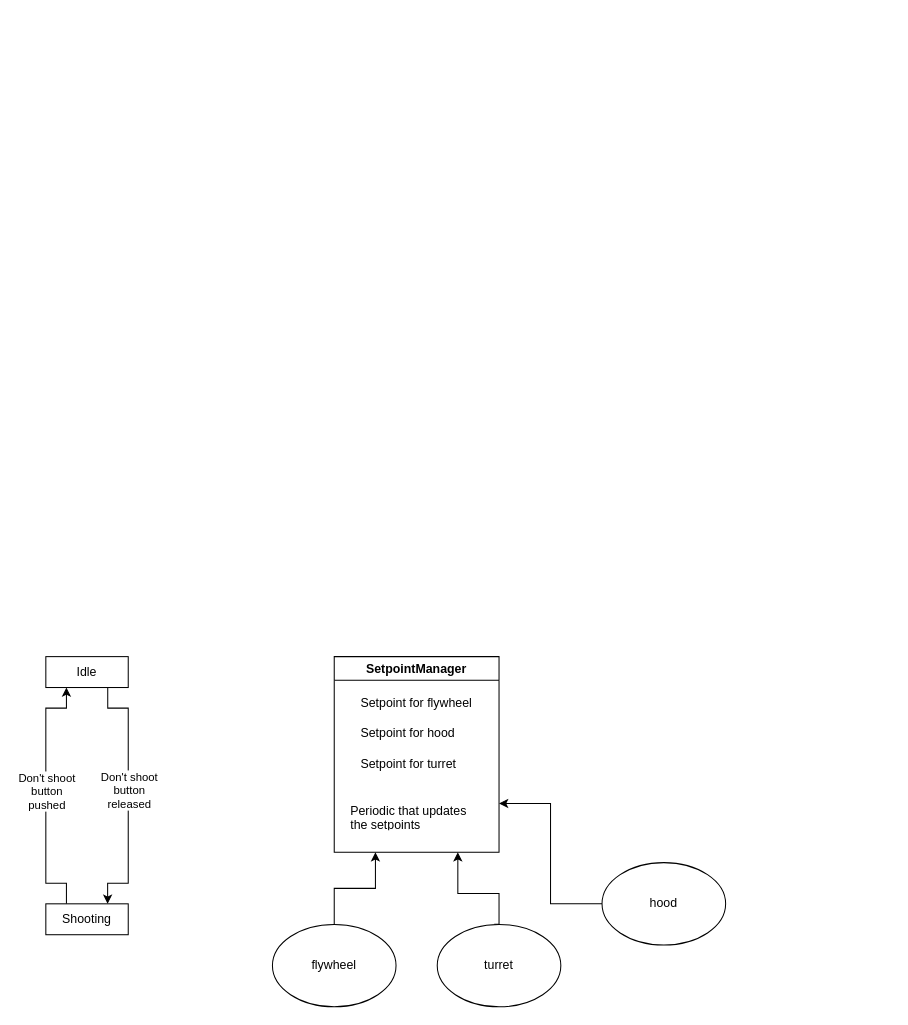
Earlier version of the draw.io diagram files/RobotDiagram.drawio (Galaxia5987/recode-2026). Source tidied: cells renumbered, new cells numbered last; positions are measured from the earlier drawing's top-left corner, leaving out a move shared by most shapes. Both pictures are drawn from the tidied source at 103%, with x=0, y=0 at pixel (45, 656).
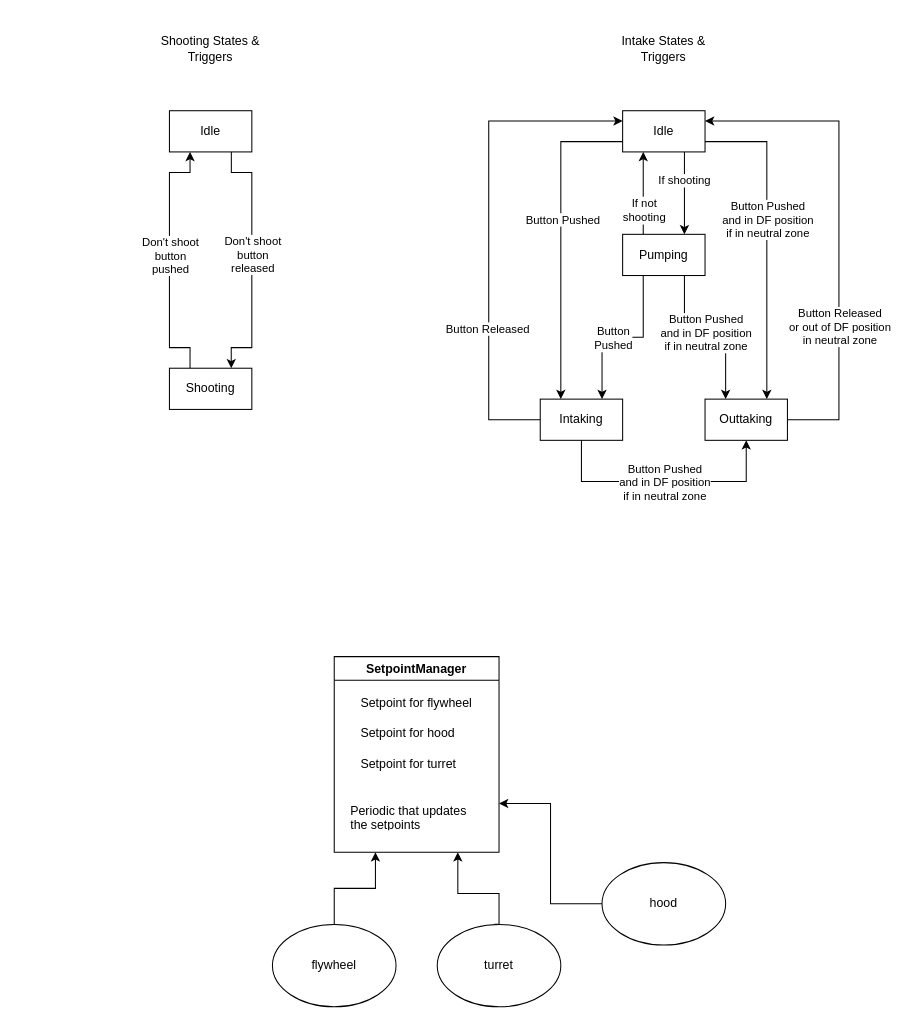
Above is the later version.

Commit message (it also covers changes not shown here):
Consolidate drawio graphs

Diff of the diagram source:
```diff
@@
     <mxCell id="13" style="edgeStyle=orthogonalEdgeStyle;rounded=0;jettySize=auto;html=1;entryX=0.75;entryY=0;entryDx=0;entryDy=0;" parent="1" edge="1" source="15" target="18">
       <mxGeometry relative="1" as="geometry">
         <Array as="points">
-          <mxPoint x="60.1" y="50" />
-          <mxPoint x="80" y="50" />
-          <mxPoint x="80" y="220" />
-          <mxPoint x="60" y="220" />
+          <mxPoint x="180.1" y="-470" />
+          <mxPoint x="200" y="-470" />
+          <mxPoint x="200" y="-300" />
+          <mxPoint x="180" y="-300" />
         </Array>
       </mxGeometry>
     </mxCell>
@@
     <mxCell id="15" value="Idle" style="rounded=0;whiteSpace=wrap;html=1;" parent="1" vertex="1">
-      <mxGeometry width="80" height="30" as="geometry" />
+      <mxGeometry x="120" y="-530" width="80" height="40" as="geometry" />
     </mxCell>
     <mxCell id="16" style="edgeStyle=orthogonalEdgeStyle;rounded=0;jettySize=auto;html=1;exitX=0.25;exitY=0;exitDx=0;exitDy=0;entryX=0.25;entryY=1;entryDx=0;entryDy=0;" parent="1" edge="1" source="18" target="15">
       <mxGeometry relative="1" as="geometry">
         <Array as="points">
-          <mxPoint x="20" y="220" />
-          <mxPoint y="220" />
-          <mxPoint y="50" />
-          <mxPoint x="20" y="50" />
+          <mxPoint x="140" y="-300" />
+          <mxPoint x="120" y="-300" />
+          <mxPoint x="120" y="-470" />
+          <mxPoint x="140" y="-470" />
         </Array>
       </mxGeometry>
     </mxCell>
@@
     <mxCell id="18" value="Shooting" style="rounded=0;whiteSpace=wrap;html=1;" parent="1" vertex="1">
-      <mxGeometry y="240" width="80" height="30" as="geometry" />
+      <mxGeometry x="120" y="-280" width="80" height="40" as="geometry" />
     </mxCell>
+    <mxCell id="19" style="edgeStyle=orthogonalEdgeStyle;rounded=0;jettySize=auto;html=1;exitX=0.75;exitY=1;exitDx=0;exitDy=0;entryX=0.75;entryY=0;entryDx=0;entryDy=0;" parent="1" edge="1" source="25" target="32">
+      <mxGeometry relative="1" as="geometry" />
+    </mxCell>
+    <mxCell id="20" value="If shooting" style="edgeLabel;html=1;align=center;verticalAlign=middle;" parent="19" vertex="1">
+      <mxGeometry x="-0.32" y="-1" relative="1" as="geometry" />
+    </mxCell>
+    <mxCell id="21" style="edgeStyle=orthogonalEdgeStyle;rounded=0;jettySize=auto;html=1;exitX=1;exitY=0.75;exitDx=0;exitDy=0;entryX=0.75;entryY=0;entryDx=0;entryDy=0;" parent="1" edge="1" source="25" target="35">
+      <mxGeometry relative="1" as="geometry" />
+    </mxCell>
+    <mxCell id="22" value="&lt;div&gt;Button Pushed&lt;/div&gt;&lt;div&gt;and in DF position&lt;/div&gt;&lt;div&gt;if in neutral zone&lt;/div&gt;" style="edgeLabel;html=1;align=center;verticalAlign=middle;" parent="21" vertex="1">
+      <mxGeometry x="-0.1" y="-3" relative="1" as="geometry">
+        <mxPoint x="3" y="-5" as="offset" />
+      </mxGeometry>
+    </mxCell>
+    <mxCell id="23" style="edgeStyle=orthogonalEdgeStyle;rounded=0;jettySize=auto;html=1;exitX=0;exitY=0.75;exitDx=0;exitDy=0;entryX=0.25;entryY=0;entryDx=0;entryDy=0;" parent="1" edge="1" source="25" target="39">
+      <mxGeometry relative="1" as="geometry" />
+    </mxCell>
+    <mxCell id="24" value="Button Pushed" style="edgeLabel;html=1;align=center;verticalAlign=middle;" parent="23" vertex="1">
+      <mxGeometry x="0.2" y="1" relative="1" as="geometry">
+        <mxPoint y="-51" as="offset" />
+      </mxGeometry>
+    </mxCell>
+    <mxCell id="25" value="Idle" style="rounded=0;whiteSpace=wrap;html=1;" parent="1" vertex="1">
+      <mxGeometry x="560" y="-530" width="80" height="40" as="geometry" />
+    </mxCell>
+    <mxCell id="26" style="edgeStyle=orthogonalEdgeStyle;rounded=0;jettySize=auto;html=1;exitX=0.25;exitY=0;exitDx=0;exitDy=0;entryX=0.25;entryY=1;entryDx=0;entryDy=0;" parent="1" edge="1" source="32" target="25">
+      <mxGeometry relative="1" as="geometry" />
+    </mxCell>
+    <mxCell id="27" value="&lt;div&gt;If not&lt;/div&gt;&lt;div&gt;shooting&lt;/div&gt;" style="edgeLabel;html=1;align=center;verticalAlign=middle;" parent="26" vertex="1">
+      <mxGeometry x="-0.41" relative="1" as="geometry" />
+    </mxCell>
+    <mxCell id="28" style="edgeStyle=orthogonalEdgeStyle;rounded=0;jettySize=auto;html=1;exitX=0.75;exitY=1;exitDx=0;exitDy=0;entryX=0.25;entryY=0;entryDx=0;entryDy=0;" parent="1" edge="1" source="32" target="35">
+      <mxGeometry relative="1" as="geometry" />
+    </mxCell>
+    <mxCell id="29" value="&lt;div&gt;Button Pushed&lt;/div&gt;&lt;div&gt;and in DF position&lt;/div&gt;&lt;div&gt;if in neutral zone&lt;/div&gt;" style="edgeLabel;html=1;align=center;verticalAlign=middle;" parent="28" vertex="1">
+      <mxGeometry x="-0.31" relative="1" as="geometry">
+        <mxPoint x="20" as="offset" />
+      </mxGeometry>
+    </mxCell>
+    <mxCell id="30" style="edgeStyle=orthogonalEdgeStyle;rounded=0;jettySize=auto;html=1;exitX=0.25;exitY=1;exitDx=0;exitDy=0;entryX=0.75;entryY=0;entryDx=0;entryDy=0;" parent="1" edge="1" source="32" target="39">
+      <mxGeometry relative="1" as="geometry" />
+    </mxCell>
+    <mxCell id="31" value="&lt;div&gt;Button&lt;/div&gt;&lt;div&gt;Pushed&lt;/div&gt;" style="edgeLabel;html=1;align=center;verticalAlign=middle;" parent="30" vertex="1">
+      <mxGeometry x="0.01" y="-2" relative="1" as="geometry">
+        <mxPoint x="-9" y="2" as="offset" />
+      </mxGeometry>
+    </mxCell>
+    <mxCell id="32" value="Pumping" style="rounded=0;whiteSpace=wrap;html=1;" parent="1" vertex="1">
+      <mxGeometry x="560" y="-410" width="80" height="40" as="geometry" />
+    </mxCell>
+    <mxCell id="33" style="edgeStyle=orthogonalEdgeStyle;rounded=0;jettySize=auto;html=1;exitX=1;exitY=0.5;exitDx=0;exitDy=0;entryX=1;entryY=0.25;entryDx=0;entryDy=0;" parent="1" edge="1" source="35" target="25">
+      <mxGeometry relative="1" as="geometry">
+        <Array as="points">
+          <mxPoint x="770" y="-230" />
+          <mxPoint x="770" y="-520" />
+        </Array>
+      </mxGeometry>
+    </mxCell>
+    <mxCell id="34" value="&lt;div&gt;Button Released&lt;/div&gt;&lt;div&gt;or out of DF position&lt;/div&gt;&lt;div&gt;in neutral zone&lt;/div&gt;" style="edgeLabel;html=1;align=center;verticalAlign=middle;" parent="33" vertex="1">
+      <mxGeometry x="-0.26" y="3" relative="1" as="geometry">
+        <mxPoint x="3" y="33" as="offset" />
+      </mxGeometry>
+    </mxCell>
+    <mxCell id="35" value="Outtaking" style="rounded=0;whiteSpace=wrap;html=1;" parent="1" vertex="1">
+      <mxGeometry x="640" y="-250" width="80" height="40" as="geometry" />
+    </mxCell>
+    <mxCell id="36" style="edgeStyle=orthogonalEdgeStyle;rounded=0;jettySize=auto;html=1;exitX=0;exitY=0.5;exitDx=0;exitDy=0;entryX=0;entryY=0.25;entryDx=0;entryDy=0;" parent="1" edge="1" source="39" target="25">
+      <mxGeometry relative="1" as="geometry">
+        <Array as="points">
+          <mxPoint x="430" y="-230" />
+          <mxPoint x="430" y="-520" />
+        </Array>
+      </mxGeometry>
+    </mxCell>
+    <mxCell id="37" value="&lt;div&gt;Button Released&lt;/div&gt;" style="edgeLabel;html=1;align=center;verticalAlign=middle;" parent="36" vertex="1">
+      <mxGeometry x="-0.17" y="2" relative="1" as="geometry">
+        <mxPoint y="56" as="offset" />
+      </mxGeometry>
+    </mxCell>
+    <mxCell id="38" style="edgeStyle=orthogonalEdgeStyle;rounded=0;jettySize=auto;html=1;exitX=0.5;exitY=1;exitDx=0;exitDy=0;entryX=0.5;entryY=1;entryDx=0;entryDy=0;" parent="1" edge="1" source="39" target="35">
+      <mxGeometry relative="1" as="geometry">
+        <Array as="points">
+          <mxPoint x="520" y="-170" />
+          <mxPoint x="680" y="-170" />
+        </Array>
+      </mxGeometry>
+    </mxCell>
+    <mxCell id="39" value="Intaking" style="rounded=0;whiteSpace=wrap;html=1;" parent="1" vertex="1">
+      <mxGeometry x="480" y="-250" width="80" height="40" as="geometry" />
+    </mxCell>
+    <mxCell id="40" value="&lt;div&gt;Button Pushed&lt;/div&gt;&lt;div&gt;and in DF position&lt;/div&gt;&lt;div&gt;if in neutral zone&lt;/div&gt;" style="edgeLabel;html=1;align=center;verticalAlign=middle;" parent="1" vertex="1">
+      <mxGeometry x="600" y="-170" as="geometry" />
+    </mxCell>
+    <mxCell id="41" value="Shooting States &amp;amp; Triggers" style="text;html=1;whiteSpace=wrap;strokeColor=none;fillColor=none;align=center;verticalAlign=middle;rounded=0;" parent="1" vertex="1">
+      <mxGeometry x="95" y="-620" width="130" height="60" as="geometry" />
+    </mxCell>
+    <mxCell id="42" value="Intake States &amp;amp; Triggers" style="text;html=1;whiteSpace=wrap;strokeColor=none;fillColor=none;align=center;verticalAlign=middle;rounded=0;" parent="1" vertex="1">
+      <mxGeometry x="535" y="-620" width="130" height="60" as="geometry" />
+    </mxCell>
+    <mxCell id="43" value="&amp;nbsp;" style="text;whiteSpace=wrap;html=1;" parent="1" vertex="1">
+      <mxGeometry x="760" y="-430" width="40" height="40" as="geometry" />
+    </mxCell>
```
